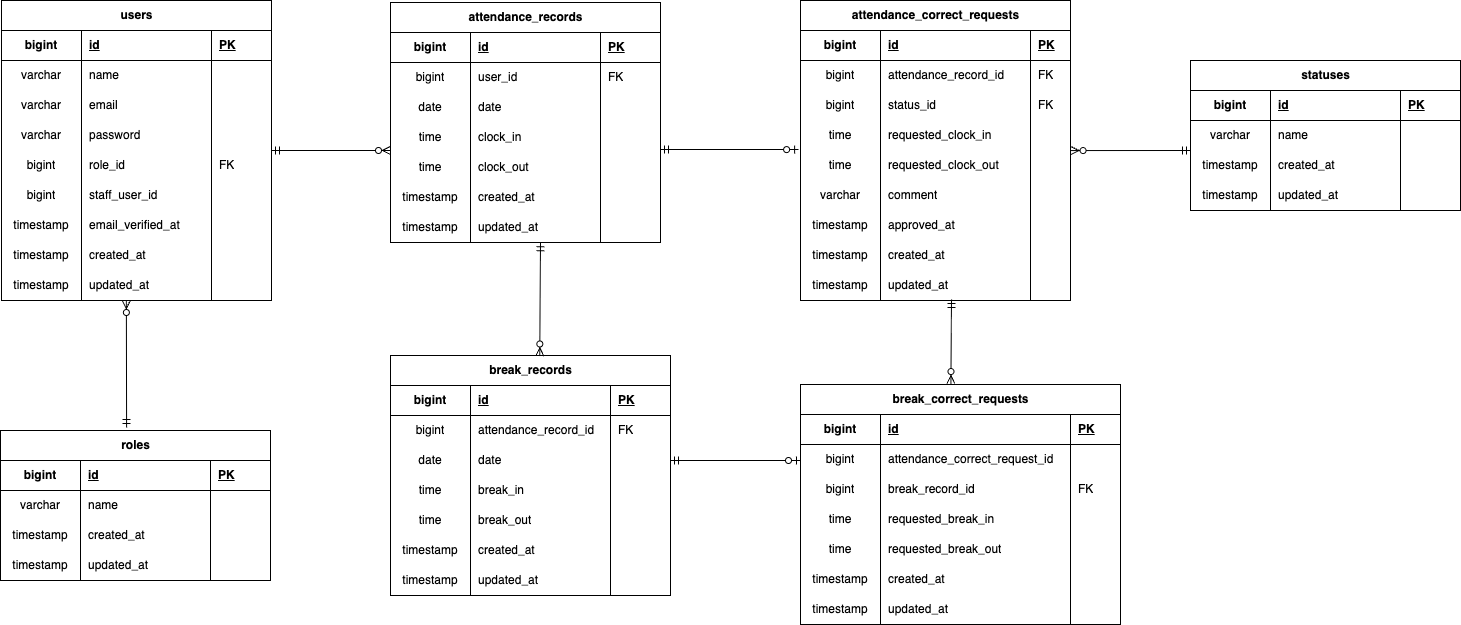
Tamori169/Laravel-attendance-management keeps this draw.io diagram as ER.drawio.png. Above is the earlier version. Source tidied: cells renumbered, new cells last; positions are measured from the earlier drawing's top-left corner, leaving out a move shared by most shapes.
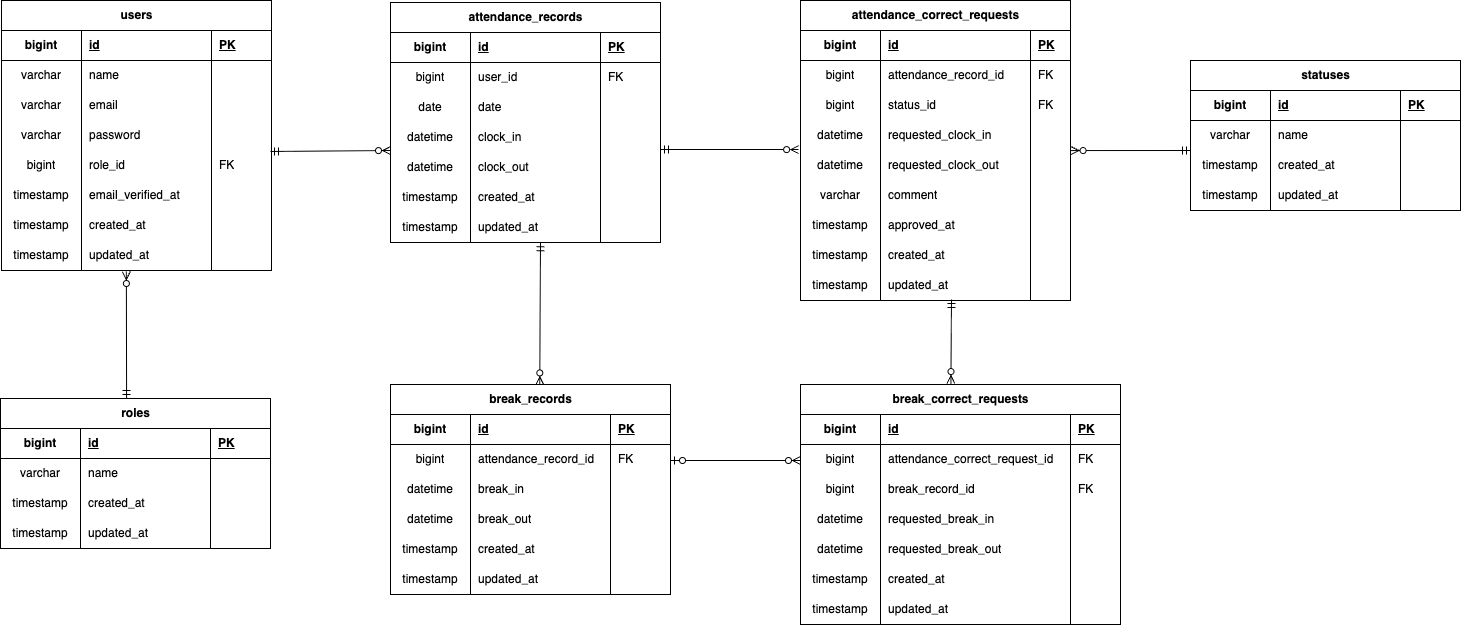
The same file after the commit.

What changed in the source:
```diff
@@ -3,7 +3,7 @@
     <mxCell id="0" />
     <mxCell id="1" parent="0" />
     <mxCell id="2" value="roles" style="shape=table;startSize=30;rowLines=0;fontStyle=1;align=center;html=1;" parent="1" vertex="1">
-      <mxGeometry y="430" width="270" height="150" as="geometry" />
+      <mxGeometry y="398" width="270" height="150" as="geometry" />
     </mxCell>
     <mxCell id="3" style="shape=tableRow;horizontal=0;startSize=0;swimlaneHead=0;swimlaneBody=0;fillColor=none;top=0;left=0;right=0;bottom=1;" parent="2" vertex="1">
       <mxGeometry y="30" width="270" height="30" as="geometry" />
@@ -54,7 +54,7 @@
       <mxGeometry x="210" width="60" height="30" as="geometry" />
     </mxCell>
     <mxCell id="19" value="users" style="shape=table;startSize=30;rowLines=0;fontStyle=1;align=center;html=1;" parent="1" vertex="1">
-      <mxGeometry x="1" width="270" height="300" as="geometry" />
+      <mxGeometry x="1" width="270" height="270" as="geometry" />
     </mxCell>
     <mxCell id="20" style="shape=tableRow;horizontal=0;startSize=0;swimlaneHead=0;swimlaneBody=0;fillColor=none;top=0;left=0;right=0;bottom=1;" parent="19" vertex="1">
       <mxGeometry y="30" width="270" height="30" as="geometry" />
@@ -116,20 +116,8 @@
     <mxCell id="39" value="FK" style="shape=partialRectangle;fillColor=none;top=0;left=0;bottom=0;right=0;align=left;spacingLeft=6;overflow=hidden;whiteSpace=wrap;html=1;" parent="36" vertex="1">
       <mxGeometry x="210" width="60" height="30" as="geometry" />
     </mxCell>
-    <mxCell id="40" style="shape=tableRow;horizontal=0;startSize=0;swimlaneHead=0;swimlaneBody=0;fillColor=none;top=0;left=0;right=0;bottom=0;" parent="19" vertex="1">
-      <mxGeometry y="180" width="270" height="30" as="geometry" />
-    </mxCell>
-    <mxCell id="41" value="bigint" style="shape=partialRectangle;fillColor=none;top=0;left=0;bottom=0;right=0;overflow=hidden;whiteSpace=wrap;html=1;" parent="40" vertex="1">
-      <mxGeometry width="80" height="30" as="geometry" />
-    </mxCell>
-    <mxCell id="42" value="staff_user_id" style="shape=partialRectangle;fillColor=none;top=0;left=0;bottom=0;right=0;align=left;spacingLeft=6;overflow=hidden;whiteSpace=wrap;html=1;" parent="40" vertex="1">
-      <mxGeometry x="80" width="130" height="30" as="geometry" />
-    </mxCell>
-    <mxCell id="43" style="shape=partialRectangle;fillColor=none;top=0;left=0;bottom=0;right=0;align=left;spacingLeft=6;overflow=hidden;whiteSpace=wrap;html=1;" parent="40" vertex="1">
-      <mxGeometry x="210" width="60" height="30" as="geometry" />
-    </mxCell>
     <mxCell id="44" style="shape=tableRow;horizontal=0;startSize=0;swimlaneHead=0;swimlaneBody=0;fillColor=none;top=0;left=0;right=0;bottom=0;" parent="19" vertex="1">
-      <mxGeometry y="210" width="270" height="30" as="geometry" />
+      <mxGeometry y="180" width="270" height="30" as="geometry" />
     </mxCell>
     <mxCell id="45" value="timestamp" style="shape=partialRectangle;fillColor=none;top=0;left=0;bottom=0;right=0;overflow=hidden;whiteSpace=wrap;html=1;" parent="44" vertex="1">
       <mxGeometry width="80" height="30" as="geometry" />
@@ -141,7 +129,7 @@
       <mxGeometry x="210" width="60" height="30" as="geometry" />
     </mxCell>
     <mxCell id="48" style="shape=tableRow;horizontal=0;startSize=0;swimlaneHead=0;swimlaneBody=0;fillColor=none;top=0;left=0;right=0;bottom=0;" parent="19" vertex="1">
-      <mxGeometry y="240" width="270" height="30" as="geometry" />
+      <mxGeometry y="210" width="270" height="30" as="geometry" />
     </mxCell>
     <mxCell id="49" value="timestamp" style="shape=partialRectangle;fillColor=none;top=0;left=0;bottom=0;right=0;overflow=hidden;whiteSpace=wrap;html=1;" parent="48" vertex="1">
       <mxGeometry width="80" height="30" as="geometry" />
@@ -153,7 +141,7 @@
       <mxGeometry x="210" width="60" height="30" as="geometry" />
     </mxCell>
     <mxCell id="52" style="shape=tableRow;horizontal=0;startSize=0;swimlaneHead=0;swimlaneBody=0;fillColor=none;top=0;left=0;right=0;bottom=0;" parent="19" vertex="1">
-      <mxGeometry y="270" width="270" height="30" as="geometry" />
+      <mxGeometry y="240" width="270" height="30" as="geometry" />
     </mxCell>
     <mxCell id="53" value="timestamp" style="shape=partialRectangle;fillColor=none;top=0;left=0;bottom=0;right=0;overflow=hidden;whiteSpace=wrap;html=1;" parent="52" vertex="1">
       <mxGeometry width="80" height="30" as="geometry" />
@@ -164,9 +152,10 @@
     <mxCell id="55" style="shape=partialRectangle;fillColor=none;top=0;left=0;bottom=0;right=0;align=left;spacingLeft=6;overflow=hidden;whiteSpace=wrap;html=1;" parent="52" vertex="1">
       <mxGeometry x="210" width="60" height="30" as="geometry" />
     </mxCell>
-    <mxCell id="56" style="fontSize=12;html=1;endArrow=ERzeroToMany;startArrow=ERmandOne;entryX=0.47;entryY=1.1;entryDx=0;entryDy=0;entryPerimeter=0;exitX=0.467;exitY=-0.02;exitDx=0;exitDy=0;exitPerimeter=0;" parent="1" edge="1" source="2">
+    <mxCell id="56" style="fontSize=12;html=1;endArrow=ERzeroToMany;startArrow=ERmandOne;entryX=0.47;entryY=1.1;entryDx=0;entryDy=0;entryPerimeter=0;exitX=0.467;exitY=-0.02;exitDx=0;exitDy=0;exitPerimeter=0;" parent="1" edge="1">
       <mxGeometry relative="1" as="geometry">
-        <mxPoint x="125.9" y="300" as="targetPoint" />
+        <mxPoint x="126.1" y="398" as="sourcePoint" />
+        <mxPoint x="125.9" y="271" as="targetPoint" />
       </mxGeometry>
     </mxCell>
     <mxCell id="57" value="attendance_records" style="shape=table;startSize=30;rowLines=0;fontStyle=1;align=center;html=1;" parent="1" vertex="1">
@@ -211,7 +200,7 @@
     <mxCell id="70" style="shape=tableRow;horizontal=0;startSize=0;swimlaneHead=0;swimlaneBody=0;fillColor=none;points=[[0,0.5],[1,0.5]];portConstraint=eastwest;top=0;left=0;right=0;bottom=0;" parent="57" vertex="1">
       <mxGeometry y="120" width="270" height="30" as="geometry" />
     </mxCell>
-    <mxCell id="71" value="time" style="shape=partialRectangle;fillColor=none;top=0;left=0;bottom=0;right=0;overflow=hidden;whiteSpace=wrap;html=1;" parent="70" vertex="1">
+    <mxCell id="71" value="datetime" style="shape=partialRectangle;fillColor=none;top=0;left=0;bottom=0;right=0;overflow=hidden;whiteSpace=wrap;html=1;" parent="70" vertex="1">
       <mxGeometry width="80" height="30" as="geometry" />
     </mxCell>
     <mxCell id="72" value="clock_in" style="shape=partialRectangle;fillColor=none;top=0;left=0;bottom=0;right=0;align=left;spacingLeft=6;overflow=hidden;whiteSpace=wrap;html=1;" parent="70" vertex="1">
@@ -223,7 +212,7 @@
     <mxCell id="74" style="shape=tableRow;horizontal=0;startSize=0;swimlaneHead=0;swimlaneBody=0;fillColor=none;points=[[0,0.5],[1,0.5]];portConstraint=eastwest;top=0;left=0;right=0;bottom=0;" parent="57" vertex="1">
       <mxGeometry y="150" width="270" height="30" as="geometry" />
     </mxCell>
-    <mxCell id="75" value="time" style="shape=partialRectangle;fillColor=none;top=0;left=0;bottom=0;right=0;overflow=hidden;whiteSpace=wrap;html=1;" parent="74" vertex="1">
+    <mxCell id="75" value="datetime" style="shape=partialRectangle;fillColor=none;top=0;left=0;bottom=0;right=0;overflow=hidden;whiteSpace=wrap;html=1;" parent="74" vertex="1">
       <mxGeometry width="80" height="30" as="geometry" />
     </mxCell>
     <mxCell id="76" value="clock_out" style="shape=partialRectangle;fillColor=none;top=0;left=0;bottom=0;right=0;align=left;spacingLeft=6;overflow=hidden;whiteSpace=wrap;html=1;" parent="74" vertex="1">
@@ -256,11 +245,13 @@
     <mxCell id="85" style="shape=partialRectangle;fillColor=none;top=0;left=0;bottom=0;right=0;align=left;spacingLeft=6;overflow=hidden;whiteSpace=wrap;html=1;" parent="82" vertex="1">
       <mxGeometry x="210" width="60" height="30" as="geometry" />
     </mxCell>
-    <mxCell id="86" style="edgeStyle=entityRelationEdgeStyle;fontSize=12;html=1;endArrow=ERzeroToMany;startArrow=ERmandOne;exitX=1;exitY=0.5;exitDx=0;exitDy=0;entryX=0;entryY=0.933;entryDx=0;entryDy=0;entryPerimeter=0;" parent="1" edge="1" source="19" target="70">
-      <mxGeometry relative="1" as="geometry" />
+    <mxCell id="86" style="fontSize=12;html=1;endArrow=ERzeroToMany;startArrow=ERmandOne;exitX=0.996;exitY=0.033;exitDx=0;exitDy=0;exitPerimeter=0;" parent="1" edge="1" source="36">
+      <mxGeometry relative="1" as="geometry">
+        <mxPoint x="390" y="150" as="targetPoint" />
+      </mxGeometry>
     </mxCell>
     <mxCell id="87" value="break_records" style="shape=table;startSize=30;rowLines=0;fontStyle=1;align=center;html=1;" parent="1" vertex="1">
-      <mxGeometry x="390" y="355" width="280" height="240" as="geometry" />
+      <mxGeometry x="390" y="384" width="280" height="210" as="geometry" />
     </mxCell>
     <mxCell id="88" style="shape=tableRow;horizontal=0;startSize=0;swimlaneHead=0;swimlaneBody=0;fillColor=none;top=0;left=0;right=0;bottom=1;" parent="87" vertex="1">
       <mxGeometry y="30" width="280" height="30" as="geometry" />
@@ -286,22 +277,10 @@
     <mxCell id="95" value="FK" style="shape=partialRectangle;fillColor=none;top=0;left=0;bottom=0;right=0;align=left;spacingLeft=6;overflow=hidden;whiteSpace=wrap;html=1;" parent="92" vertex="1">
       <mxGeometry x="220" width="60" height="30" as="geometry" />
     </mxCell>
-    <mxCell id="96" style="shape=tableRow;horizontal=0;startSize=0;swimlaneHead=0;swimlaneBody=0;fillColor=none;top=0;left=0;right=0;bottom=0;" parent="87" vertex="1">
-      <mxGeometry y="90" width="280" height="30" as="geometry" />
-    </mxCell>
-    <mxCell id="97" value="date" style="shape=partialRectangle;fillColor=none;top=0;left=0;bottom=0;right=0;overflow=hidden;whiteSpace=wrap;html=1;" parent="96" vertex="1">
-      <mxGeometry width="80" height="30" as="geometry" />
-    </mxCell>
-    <mxCell id="98" value="date" style="shape=partialRectangle;fillColor=none;top=0;left=0;bottom=0;right=0;align=left;spacingLeft=6;overflow=hidden;whiteSpace=wrap;html=1;" parent="96" vertex="1">
-      <mxGeometry x="80" width="140" height="30" as="geometry" />
-    </mxCell>
-    <mxCell id="99" style="shape=partialRectangle;fillColor=none;top=0;left=0;bottom=0;right=0;align=left;spacingLeft=6;overflow=hidden;whiteSpace=wrap;html=1;" parent="96" vertex="1">
-      <mxGeometry x="220" width="60" height="30" as="geometry" />
-    </mxCell>
     <mxCell id="100" style="shape=tableRow;horizontal=0;startSize=0;swimlaneHead=0;swimlaneBody=0;fillColor=none;top=0;left=0;right=0;bottom=0;" parent="87" vertex="1">
-      <mxGeometry y="120" width="280" height="30" as="geometry" />
+      <mxGeometry y="90" width="280" height="30" as="geometry" />
     </mxCell>
-    <mxCell id="101" value="time" style="shape=partialRectangle;fillColor=none;top=0;left=0;bottom=0;right=0;overflow=hidden;whiteSpace=wrap;html=1;" parent="100" vertex="1">
+    <mxCell id="101" value="datetime" style="shape=partialRectangle;fillColor=none;top=0;left=0;bottom=0;right=0;overflow=hidden;whiteSpace=wrap;html=1;" parent="100" vertex="1">
       <mxGeometry width="80" height="30" as="geometry" />
     </mxCell>
     <mxCell id="102" value="break_in" style="shape=partialRectangle;fillColor=none;top=0;left=0;bottom=0;right=0;align=left;spacingLeft=6;overflow=hidden;whiteSpace=wrap;html=1;" parent="100" vertex="1">
@@ -311,9 +290,9 @@
       <mxGeometry x="220" width="60" height="30" as="geometry" />
     </mxCell>
     <mxCell id="104" style="shape=tableRow;horizontal=0;startSize=0;swimlaneHead=0;swimlaneBody=0;fillColor=none;top=0;left=0;right=0;bottom=0;" parent="87" vertex="1">
-      <mxGeometry y="150" width="280" height="30" as="geometry" />
+      <mxGeometry y="120" width="280" height="30" as="geometry" />
     </mxCell>
-    <mxCell id="105" value="time" style="shape=partialRectangle;fillColor=none;top=0;left=0;bottom=0;right=0;overflow=hidden;whiteSpace=wrap;html=1;" parent="104" vertex="1">
+    <mxCell id="105" value="datetime" style="shape=partialRectangle;fillColor=none;top=0;left=0;bottom=0;right=0;overflow=hidden;whiteSpace=wrap;html=1;" parent="104" vertex="1">
       <mxGeometry width="80" height="30" as="geometry" />
     </mxCell>
     <mxCell id="106" value="break_out" style="shape=partialRectangle;fillColor=none;top=0;left=0;bottom=0;right=0;align=left;spacingLeft=6;overflow=hidden;whiteSpace=wrap;html=1;" parent="104" vertex="1">
@@ -323,7 +302,7 @@
       <mxGeometry x="220" width="60" height="30" as="geometry" />
     </mxCell>
     <mxCell id="108" style="shape=tableRow;horizontal=0;startSize=0;swimlaneHead=0;swimlaneBody=0;fillColor=none;top=0;left=0;right=0;bottom=0;" parent="87" vertex="1">
-      <mxGeometry y="180" width="280" height="30" as="geometry" />
+      <mxGeometry y="150" width="280" height="30" as="geometry" />
     </mxCell>
     <mxCell id="109" value="timestamp" style="shape=partialRectangle;fillColor=none;top=0;left=0;bottom=0;right=0;overflow=hidden;whiteSpace=wrap;html=1;" parent="108" vertex="1">
       <mxGeometry width="80" height="30" as="geometry" />
@@ -335,7 +314,7 @@
       <mxGeometry x="220" width="60" height="30" as="geometry" />
     </mxCell>
     <mxCell id="112" style="shape=tableRow;horizontal=0;startSize=0;swimlaneHead=0;swimlaneBody=0;fillColor=none;top=0;left=0;right=0;bottom=0;" parent="87" vertex="1">
-      <mxGeometry y="210" width="280" height="30" as="geometry" />
+      <mxGeometry y="180" width="280" height="30" as="geometry" />
     </mxCell>
     <mxCell id="113" value="timestamp" style="shape=partialRectangle;fillColor=none;top=0;left=0;bottom=0;right=0;overflow=hidden;whiteSpace=wrap;html=1;" parent="112" vertex="1">
       <mxGeometry width="80" height="30" as="geometry" />
@@ -393,7 +372,7 @@
     <mxCell id="130" style="shape=tableRow;horizontal=0;startSize=0;swimlaneHead=0;swimlaneBody=0;fillColor=none;points=[[0,0.5],[1,0.5]];portConstraint=eastwest;top=0;left=0;right=0;bottom=0;" parent="117" vertex="1">
       <mxGeometry y="120" width="270" height="30" as="geometry" />
     </mxCell>
-    <mxCell id="131" value="time" style="shape=partialRectangle;fillColor=none;top=0;left=0;bottom=0;right=0;overflow=hidden;whiteSpace=wrap;html=1;" parent="130" vertex="1">
+    <mxCell id="131" value="datetime" style="shape=partialRectangle;fillColor=none;top=0;left=0;bottom=0;right=0;overflow=hidden;whiteSpace=wrap;html=1;" parent="130" vertex="1">
       <mxGeometry width="80" height="30" as="geometry" />
     </mxCell>
     <mxCell id="132" value="requested_clock_in" style="shape=partialRectangle;fillColor=none;top=0;left=0;bottom=0;right=0;align=left;spacingLeft=6;overflow=hidden;whiteSpace=wrap;html=1;" parent="130" vertex="1">
@@ -405,7 +384,7 @@
     <mxCell id="134" style="shape=tableRow;horizontal=0;startSize=0;swimlaneHead=0;swimlaneBody=0;fillColor=none;top=0;left=0;right=0;bottom=0;" parent="117" vertex="1">
       <mxGeometry y="150" width="270" height="30" as="geometry" />
     </mxCell>
-    <mxCell id="135" value="time" style="shape=partialRectangle;fillColor=none;top=0;left=0;bottom=0;right=0;overflow=hidden;whiteSpace=wrap;html=1;" parent="134" vertex="1">
+    <mxCell id="135" value="datetime" style="shape=partialRectangle;fillColor=none;top=0;left=0;bottom=0;right=0;overflow=hidden;whiteSpace=wrap;html=1;" parent="134" vertex="1">
       <mxGeometry width="80" height="30" as="geometry" />
     </mxCell>
     <mxCell id="136" value="requested_clock_out" style="shape=partialRectangle;fillColor=none;top=0;left=0;bottom=0;right=0;align=left;spacingLeft=6;overflow=hidden;whiteSpace=wrap;html=1;" parent="134" vertex="1">
@@ -486,7 +465,7 @@
     <mxCell id="161" value="attendance_correct_request_id" style="shape=partialRectangle;fillColor=none;top=0;left=0;bottom=0;right=0;align=left;spacingLeft=6;overflow=hidden;whiteSpace=wrap;html=1;" parent="159" vertex="1">
       <mxGeometry x="80" width="190" height="30" as="geometry" />
     </mxCell>
-    <mxCell id="162" style="shape=partialRectangle;fillColor=none;top=0;left=0;bottom=0;right=0;align=left;spacingLeft=6;overflow=hidden;whiteSpace=wrap;html=1;" parent="159" vertex="1">
+    <mxCell id="162" value="FK" style="shape=partialRectangle;fillColor=none;top=0;left=0;bottom=0;right=0;align=left;spacingLeft=6;overflow=hidden;whiteSpace=wrap;html=1;" parent="159" vertex="1">
       <mxGeometry x="270" width="50" height="30" as="geometry" />
     </mxCell>
     <mxCell id="163" style="shape=tableRow;horizontal=0;startSize=0;swimlaneHead=0;swimlaneBody=0;fillColor=none;top=0;left=0;right=0;bottom=0;" parent="154" vertex="1">
@@ -504,7 +483,7 @@
     <mxCell id="167" style="shape=tableRow;horizontal=0;startSize=0;swimlaneHead=0;swimlaneBody=0;fillColor=none;top=0;left=0;right=0;bottom=0;" parent="154" vertex="1">
       <mxGeometry y="120" width="320" height="30" as="geometry" />
     </mxCell>
-    <mxCell id="168" value="time" style="shape=partialRectangle;fillColor=none;top=0;left=0;bottom=0;right=0;overflow=hidden;whiteSpace=wrap;html=1;" parent="167" vertex="1">
+    <mxCell id="168" value="datetime" style="shape=partialRectangle;fillColor=none;top=0;left=0;bottom=0;right=0;overflow=hidden;whiteSpace=wrap;html=1;" parent="167" vertex="1">
       <mxGeometry width="80" height="30" as="geometry" />
     </mxCell>
     <mxCell id="169" value="requested_break_in" style="shape=partialRectangle;fillColor=none;top=0;left=0;bottom=0;right=0;align=left;spacingLeft=6;overflow=hidden;whiteSpace=wrap;html=1;" parent="167" vertex="1">
@@ -516,7 +495,7 @@
     <mxCell id="171" style="shape=tableRow;horizontal=0;startSize=0;swimlaneHead=0;swimlaneBody=0;fillColor=none;top=0;left=0;right=0;bottom=0;" parent="154" vertex="1">
       <mxGeometry y="150" width="320" height="30" as="geometry" />
     </mxCell>
-    <mxCell id="172" value="time" style="shape=partialRectangle;fillColor=none;top=0;left=0;bottom=0;right=0;overflow=hidden;whiteSpace=wrap;html=1;" parent="171" vertex="1">
+    <mxCell id="172" value="datetime" style="shape=partialRectangle;fillColor=none;top=0;left=0;bottom=0;right=0;overflow=hidden;whiteSpace=wrap;html=1;" parent="171" vertex="1">
       <mxGeometry width="80" height="30" as="geometry" />
     </mxCell>
     <mxCell id="173" value="requested_break_out" style="shape=partialRectangle;fillColor=none;top=0;left=0;bottom=0;right=0;align=left;spacingLeft=6;overflow=hidden;whiteSpace=wrap;html=1;" parent="171" vertex="1">
@@ -554,10 +533,10 @@
         <mxPoint x="951" y="299" as="sourcePoint" />
       </mxGeometry>
     </mxCell>
-    <mxCell id="184" style="edgeStyle=entityRelationEdgeStyle;fontSize=12;html=1;endArrow=ERzeroToOne;startArrow=ERmandOne;exitX=1;exitY=-0.097;exitDx=0;exitDy=0;exitPerimeter=0;entryX=-0.007;entryY=0.97;entryDx=0;entryDy=0;entryPerimeter=0;" parent="1" edge="1" source="74" target="130">
+    <mxCell id="184" style="edgeStyle=entityRelationEdgeStyle;fontSize=12;html=1;endArrow=ERzeroToMany;startArrow=ERmandOne;exitX=1;exitY=-0.097;exitDx=0;exitDy=0;exitPerimeter=0;entryX=-0.007;entryY=0.97;entryDx=0;entryDy=0;entryPerimeter=0;endFill=0;" parent="1" edge="1" source="74" target="130">
       <mxGeometry relative="1" as="geometry" />
     </mxCell>
-    <mxCell id="185" style="edgeStyle=entityRelationEdgeStyle;fontSize=12;html=1;endArrow=ERzeroToOne;startArrow=ERmandOne;exitX=1;exitY=-0.097;exitDx=0;exitDy=0;exitPerimeter=0;" parent="1" edge="1">
+    <mxCell id="185" style="edgeStyle=entityRelationEdgeStyle;fontSize=12;html=1;endArrow=ERzeroToMany;startArrow=ERzeroToOne;exitX=1;exitY=-0.097;exitDx=0;exitDy=0;exitPerimeter=0;endFill=0;startFill=0;" parent="1" edge="1">
       <mxGeometry relative="1" as="geometry">
         <mxPoint x="670" y="460" as="sourcePoint" />
         <mxPoint x="800" y="460" as="targetPoint" />
```
